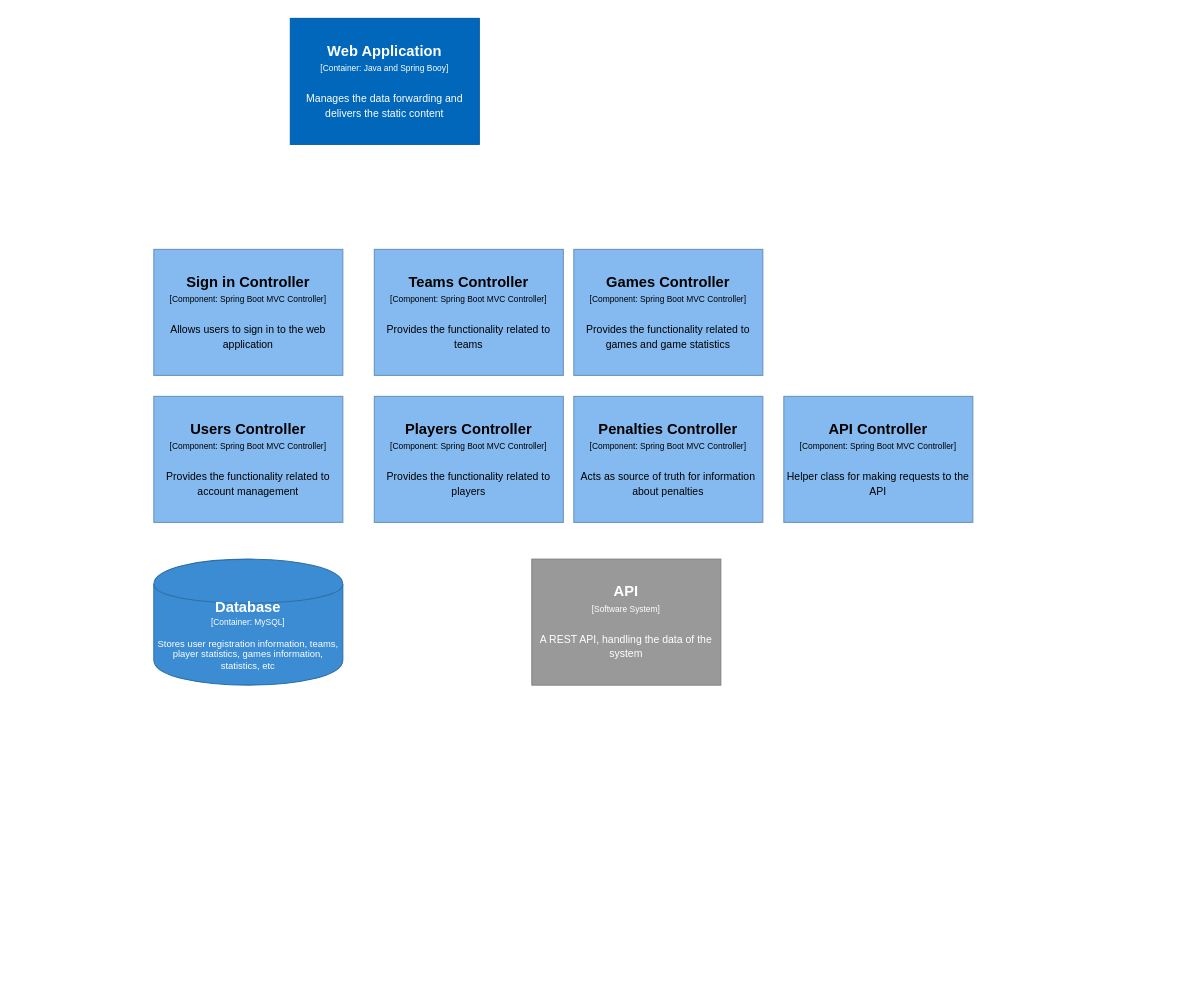
Earlier version of the draw.io diagram page "Page-4" (4 of 4) of Untitled Diagram.drawio (karinakozarova/Sticks-n-pucks-C4). Source tidied: cells renumbered, new cells numbered last; positions are measured from the earlier drawing's top-left corner, leaving out a move shared by most shapes. Both pictures are drawn from the tidied source at 105%, with x=0, y=0 at pixel (153, 18).
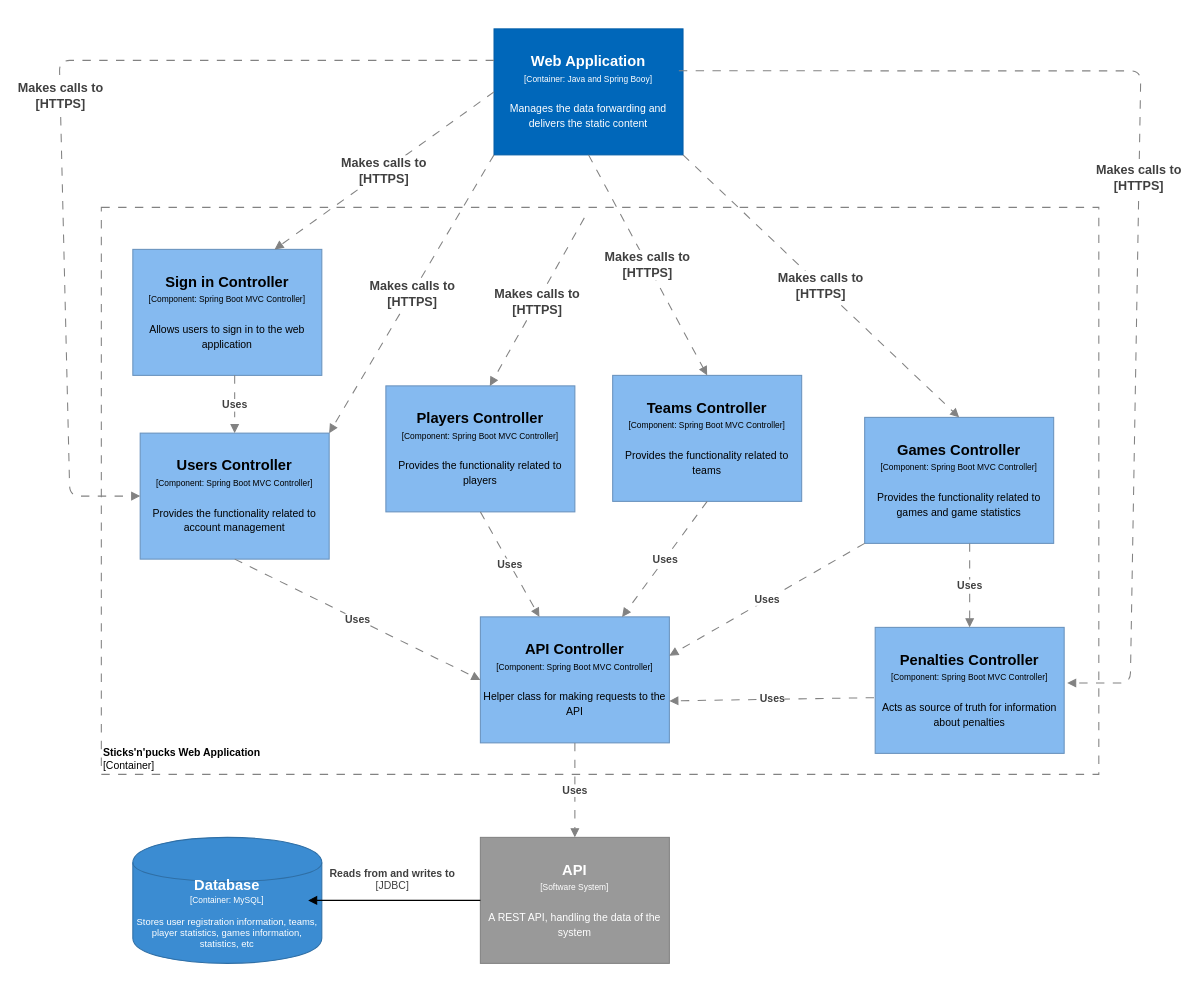
Above is the later version.

Commit message:
Added third layer

Diff of the diagram source:
```diff
@@
     <mxCell id="2" value="&lt;div style=&quot;color: rgb(255 , 255 , 255) ; white-space: normal&quot;&gt;&lt;span style=&quot;font-size: 14px&quot;&gt;&lt;b&gt;Database&lt;/b&gt;&lt;/span&gt;&lt;/div&gt;&lt;div style=&quot;color: rgb(255 , 255 , 255) ; white-space: normal&quot;&gt;&lt;span style=&quot;font-size: 8px&quot;&gt;[Container: MySQL]&lt;/span&gt;&lt;br&gt;&lt;/div&gt;&lt;div style=&quot;color: rgb(255 , 255 , 255) ; white-space: normal ; font-size: 8px&quot;&gt;&lt;font style=&quot;line-height: 9.6px&quot;&gt;&lt;br&gt;&lt;/font&gt;&lt;/div&gt;&lt;div style=&quot;color: rgb(255 , 255 , 255) ; white-space: normal&quot;&gt;Stores user registration information, teams, player statistics, games information, statistics, etc&lt;/div&gt;&lt;div style=&quot;color: rgb(255 , 255 , 255) ; white-space: normal&quot;&gt;&lt;br&gt;&lt;/div&gt;" style="shape=cylinder;whiteSpace=wrap;html=1;boundedLbl=1;backgroundOutline=1;strokeColor=#2F6FA6;strokeWidth=1;fillColor=#3B8CD2;fontSize=9;fontColor=#000000;align=center;" parent="1" vertex="1">
-      <mxGeometry y="515" width="180" height="120" as="geometry" />
+      <mxGeometry x="-20" y="780" width="180" height="120" as="geometry" />
     </mxCell>
     <mxCell id="3" value="&lt;div&gt;&lt;span style=&quot;font-size: 14px&quot;&gt;&lt;b&gt;API&lt;/b&gt;&lt;/span&gt;&lt;/div&gt;&lt;div&gt;&lt;span style=&quot;font-size: 8px&quot;&gt;[Software System&lt;/span&gt;&lt;span style=&quot;font-size: 8px&quot;&gt;]&lt;/span&gt;&lt;br&gt;&lt;/div&gt;&lt;div&gt;&lt;span style=&quot;font-size: 8px&quot;&gt;&lt;br&gt;&lt;/span&gt;&lt;/div&gt;&lt;div&gt;&lt;font size=&quot;1&quot;&gt;A REST API, handling the data of the system&lt;/font&gt;&lt;/div&gt;" style="rounded=0;whiteSpace=wrap;html=1;fillColor=#999999;fontColor=#FFFFFF;strokeColor=#828282;" parent="1" vertex="1">
-      <mxGeometry x="360" y="515" width="180" height="120" as="geometry" />
+      <mxGeometry x="311" y="780" width="180" height="120" as="geometry" />
     </mxCell>
     <mxCell id="4" value="&lt;div&gt;&lt;span style=&quot;font-size: 14px&quot;&gt;&lt;b&gt;Web Application&lt;/b&gt;&lt;/span&gt;&lt;/div&gt;&lt;div&gt;&lt;span style=&quot;font-size: 8px&quot;&gt;[Container: Java and Spring Booy]&lt;/span&gt;&lt;br&gt;&lt;/div&gt;&lt;div&gt;&lt;span style=&quot;font-size: 8px&quot;&gt;&lt;br&gt;&lt;/span&gt;&lt;/div&gt;&lt;div&gt;&lt;font size=&quot;1&quot;&gt;Manages the data forwarding and delivers the static content&lt;/font&gt;&lt;/div&gt;" style="rounded=0;whiteSpace=wrap;html=1;fillColor=#0067BA;fontColor=#FFFFFF;strokeColor=#005DA8;" parent="1" vertex="1">
-      <mxGeometry x="130" width="180" height="120" as="geometry" />
+      <mxGeometry x="324" y="10" width="180" height="120" as="geometry" />
     </mxCell>
     <mxCell id="5" value="&lt;div&gt;&lt;span style=&quot;font-size: 14px&quot;&gt;&lt;b&gt;Sign in Controller&lt;/b&gt;&lt;/span&gt;&lt;/div&gt;&lt;div&gt;&lt;span style=&quot;font-size: 8px&quot;&gt;[Component: Spring Boot MVC Controller]&lt;/span&gt;&lt;/div&gt;&lt;div&gt;&lt;span style=&quot;font-size: 8px&quot;&gt;&lt;br&gt;&lt;/span&gt;&lt;/div&gt;&lt;div&gt;&lt;font size=&quot;1&quot;&gt;Allows users to sign in to the web application&lt;/font&gt;&lt;/div&gt;" style="rounded=0;whiteSpace=wrap;html=1;fillColor=#85baf0;fontColor=#000000;strokeColor=#6992BD;" parent="1" vertex="1">
-      <mxGeometry y="220" width="180" height="120" as="geometry" />
+      <mxGeometry x="-20" y="220" width="180" height="120" as="geometry" />
     </mxCell>
     <mxCell id="6" value="&lt;div&gt;&lt;span style=&quot;font-size: 14px&quot;&gt;&lt;b&gt;Teams Controller&lt;/b&gt;&lt;/span&gt;&lt;/div&gt;&lt;div&gt;&lt;span style=&quot;font-size: 8px&quot;&gt;[Component: Spring Boot MVC Controller]&lt;/span&gt;&lt;/div&gt;&lt;div&gt;&lt;span style=&quot;font-size: 8px&quot;&gt;&lt;br&gt;&lt;/span&gt;&lt;/div&gt;&lt;div&gt;&lt;font size=&quot;1&quot;&gt;Provides the functionality related to teams&lt;/font&gt;&lt;/div&gt;" style="rounded=0;whiteSpace=wrap;html=1;fillColor=#85baf0;fontColor=#000000;strokeColor=#6992BD;" parent="1" vertex="1">
-      <mxGeometry x="210" y="220" width="180" height="120" as="geometry" />
+      <mxGeometry x="437" y="340" width="180" height="120" as="geometry" />
     </mxCell>
     <mxCell id="7" value="&lt;div&gt;&lt;span style=&quot;font-size: 14px&quot;&gt;&lt;b&gt;Games Controller&lt;/b&gt;&lt;/span&gt;&lt;/div&gt;&lt;div&gt;&lt;span style=&quot;font-size: 8px&quot;&gt;[Component: Spring Boot MVC Controller]&lt;/span&gt;&lt;/div&gt;&lt;div&gt;&lt;span style=&quot;font-size: 8px&quot;&gt;&lt;br&gt;&lt;/span&gt;&lt;/div&gt;&lt;div&gt;&lt;font size=&quot;1&quot;&gt;Provides the functionality related to games and game statistics&lt;/font&gt;&lt;/div&gt;" style="rounded=0;whiteSpace=wrap;html=1;fillColor=#85baf0;fontColor=#000000;strokeColor=#6992BD;" parent="1" vertex="1">
-      <mxGeometry x="400" y="220" width="180" height="120" as="geometry" />
+      <mxGeometry x="677" y="380" width="180" height="120" as="geometry" />
     </mxCell>
     <mxCell id="8" value="&lt;div&gt;&lt;span style=&quot;font-size: 14px&quot;&gt;&lt;b&gt;Players Controller&lt;/b&gt;&lt;/span&gt;&lt;/div&gt;&lt;div&gt;&lt;span style=&quot;font-size: 8px&quot;&gt;[Component: Spring Boot MVC Controller]&lt;/span&gt;&lt;/div&gt;&lt;div&gt;&lt;span style=&quot;font-size: 8px&quot;&gt;&lt;br&gt;&lt;/span&gt;&lt;/div&gt;&lt;div&gt;&lt;font size=&quot;1&quot;&gt;Provides the functionality related to players&lt;/font&gt;&lt;/div&gt;" style="rounded=0;whiteSpace=wrap;html=1;fillColor=#85baf0;fontColor=#000000;strokeColor=#6992BD;" parent="1" vertex="1">
-      <mxGeometry x="210" y="360" width="180" height="120" as="geometry" />
+      <mxGeometry x="221" y="350" width="180" height="120" as="geometry" />
     </mxCell>
     <mxCell id="9" value="&lt;div&gt;&lt;span style=&quot;font-size: 14px&quot;&gt;&lt;b&gt;Penalties Controller&lt;/b&gt;&lt;/span&gt;&lt;/div&gt;&lt;div&gt;&lt;span style=&quot;font-size: 8px&quot;&gt;[Component: Spring Boot MVC Controller]&lt;/span&gt;&lt;/div&gt;&lt;div&gt;&lt;span style=&quot;font-size: 8px&quot;&gt;&lt;br&gt;&lt;/span&gt;&lt;/div&gt;&lt;div&gt;&lt;font size=&quot;1&quot;&gt;Acts as source of truth for information about penalties&lt;/font&gt;&lt;/div&gt;" style="rounded=0;whiteSpace=wrap;html=1;fillColor=#85baf0;fontColor=#000000;strokeColor=#6992BD;" parent="1" vertex="1">
-      <mxGeometry x="400" y="360" width="180" height="120" as="geometry" />
+      <mxGeometry x="687" y="580" width="180" height="120" as="geometry" />
     </mxCell>
     <mxCell id="10" value="&lt;div&gt;&lt;span style=&quot;font-size: 14px&quot;&gt;&lt;b&gt;Users Controller&lt;/b&gt;&lt;/span&gt;&lt;/div&gt;&lt;div&gt;&lt;span style=&quot;font-size: 8px&quot;&gt;[Component: Spring Boot MVC Controller]&lt;/span&gt;&lt;/div&gt;&lt;div&gt;&lt;span style=&quot;font-size: 8px&quot;&gt;&lt;br&gt;&lt;/span&gt;&lt;/div&gt;&lt;div&gt;&lt;font size=&quot;1&quot;&gt;Provides the functionality related to account management&lt;/font&gt;&lt;/div&gt;" style="rounded=0;whiteSpace=wrap;html=1;fillColor=#85baf0;fontColor=#000000;strokeColor=#6992BD;" parent="1" vertex="1">
-      <mxGeometry y="360" width="180" height="120" as="geometry" />
+      <mxGeometry x="-13" y="395" width="180" height="120" as="geometry" />
     </mxCell>
     <mxCell id="11" value="&lt;div&gt;&lt;span style=&quot;font-size: 14px&quot;&gt;&lt;b&gt;API Controller&lt;/b&gt;&lt;/span&gt;&lt;/div&gt;&lt;div&gt;&lt;span style=&quot;font-size: 8px&quot;&gt;[Component: Spring Boot MVC Controller]&lt;/span&gt;&lt;/div&gt;&lt;div&gt;&lt;span style=&quot;font-size: 8px&quot;&gt;&lt;br&gt;&lt;/span&gt;&lt;/div&gt;&lt;div&gt;&lt;font size=&quot;1&quot;&gt;Helper class for making requests to the API&lt;/font&gt;&lt;/div&gt;" style="rounded=0;whiteSpace=wrap;html=1;fillColor=#85baf0;fontColor=#000000;strokeColor=#6992BD;" parent="1" vertex="1">
-      <mxGeometry x="600" y="360" width="180" height="120" as="geometry" />
+      <mxGeometry x="311" y="570" width="180" height="120" as="geometry" />
     </mxCell>
+    <mxCell id="12" value="&lt;b&gt;Uses&lt;/b&gt;" style="endArrow=block;html=1;fontSize=10;fontColor=#404040;strokeWidth=1;endFill=1;dashed=1;dashPattern=8 8;strokeColor=#828282;elbow=vertical;exitX=0.5;exitY=1;exitDx=0;exitDy=0;entryX=0.5;entryY=0;entryDx=0;entryDy=0;" parent="1" edge="1" target="10">
+      <mxGeometry relative="1" as="geometry">
+        <mxPoint x="77" y="340" as="sourcePoint" />
+      </mxGeometry>
+    </mxCell>
+    <mxCell id="13" value="&lt;b&gt;Uses&lt;/b&gt;" style="endArrow=block;html=1;fontSize=10;fontColor=#404040;strokeWidth=1;endFill=1;dashed=1;dashPattern=8 8;strokeColor=#828282;elbow=vertical;entryX=0;entryY=0.5;entryDx=0;entryDy=0;exitX=0.5;exitY=1;exitDx=0;exitDy=0;" parent="1" edge="1" source="10" target="11">
+      <mxGeometry relative="1" as="geometry" />
+    </mxCell>
+    <mxCell id="14" value="&lt;b&gt;Uses&lt;/b&gt;" style="endArrow=block;html=1;fontSize=10;fontColor=#404040;strokeWidth=1;endFill=1;dashed=1;dashPattern=8 8;strokeColor=#828282;elbow=vertical;exitX=0.5;exitY=1;exitDx=0;exitDy=0;" parent="1" edge="1" source="8" target="11">
+      <mxGeometry relative="1" as="geometry" />
+    </mxCell>
+    <mxCell id="15" value="&lt;b&gt;Uses&lt;/b&gt;" style="endArrow=block;html=1;fontSize=10;fontColor=#404040;strokeWidth=1;endFill=1;dashed=1;dashPattern=8 8;strokeColor=#828282;elbow=vertical;exitX=0.5;exitY=1;exitDx=0;exitDy=0;entryX=0.75;entryY=0;entryDx=0;entryDy=0;" parent="1" edge="1" source="6" target="11">
+      <mxGeometry relative="1" as="geometry" />
+    </mxCell>
+    <mxCell id="16" value="&lt;b&gt;Uses&lt;/b&gt;" style="endArrow=block;html=1;fontSize=10;fontColor=#404040;strokeWidth=1;endFill=1;dashed=1;dashPattern=8 8;strokeColor=#828282;elbow=vertical;exitX=0;exitY=1;exitDx=0;exitDy=0;entryX=1;entryY=0.308;entryDx=0;entryDy=0;entryPerimeter=0;" parent="1" edge="1" source="7" target="11">
+      <mxGeometry relative="1" as="geometry" />
+    </mxCell>
+    <mxCell id="17" value="&lt;b&gt;Uses&lt;/b&gt;" style="endArrow=block;html=1;fontSize=10;fontColor=#404040;strokeWidth=1;endFill=1;dashed=1;dashPattern=8 8;strokeColor=#828282;elbow=vertical;entryX=0.5;entryY=0;entryDx=0;entryDy=0;" parent="1" edge="1" target="9">
+      <mxGeometry relative="1" as="geometry">
+        <mxPoint x="777" y="500" as="sourcePoint" />
+      </mxGeometry>
+    </mxCell>
+    <mxCell id="18" value="&lt;b&gt;Uses&lt;/b&gt;" style="endArrow=block;html=1;fontSize=10;fontColor=#404040;strokeWidth=1;endFill=1;dashed=1;dashPattern=8 8;strokeColor=#828282;elbow=vertical;entryX=1;entryY=0.667;entryDx=0;entryDy=0;exitX=-0.006;exitY=0.558;exitDx=0;exitDy=0;exitPerimeter=0;entryPerimeter=0;" parent="1" edge="1" source="9" target="11">
+      <mxGeometry relative="1" as="geometry" />
+    </mxCell>
+    <mxCell id="19" value="&lt;b&gt;Uses&lt;/b&gt;" style="endArrow=block;html=1;fontSize=10;fontColor=#404040;strokeWidth=1;endFill=1;dashed=1;dashPattern=8 8;strokeColor=#828282;elbow=vertical;entryX=0.5;entryY=0;entryDx=0;entryDy=0;exitX=0.5;exitY=1;exitDx=0;exitDy=0;" parent="1" edge="1" source="11" target="3">
+      <mxGeometry relative="1" as="geometry" />
+    </mxCell>
+    <mxCell id="20" value="&lt;b&gt;Reads from and writes to&lt;br&gt;&lt;/b&gt;&lt;span style=&quot;font-size: 10px&quot;&gt;[JDBC]&lt;br&gt;&lt;/span&gt;" style="endArrow=block;html=1;fontSize=10;fontColor=#404040;strokeWidth=1;endFill=1;elbow=vertical;entryX=1;entryY=0.5;entryDx=0;entryDy=0;exitX=0;exitY=0.5;exitDx=0;exitDy=0;" parent="1" edge="1" source="3">
+      <mxGeometry x="0.02" y="-20" relative="1" as="geometry">
+        <mxPoint x="147" y="840" as="targetPoint" />
+      </mxGeometry>
+    </mxCell>
+    <mxCell id="21" value="&lt;b style=&quot;font-size: 12px&quot;&gt;Makes calls to&lt;br&gt;[HTTPS]&lt;/b&gt;" style="endArrow=block;html=1;fontSize=10;fontColor=#404040;strokeWidth=1;endFill=1;dashed=1;dashPattern=8 8;strokeColor=#828282;elbow=vertical;exitX=0.5;exitY=1;exitDx=0;exitDy=0;entryX=0.5;entryY=0;entryDx=0;entryDy=0;" parent="1" edge="1" source="4" target="6">
+      <mxGeometry relative="1" as="geometry" />
+    </mxCell>
+    <mxCell id="22" value="&lt;b style=&quot;font-size: 12px&quot;&gt;Makes calls to&lt;br&gt;[HTTPS]&lt;/b&gt;" style="endArrow=block;html=1;fontSize=10;fontColor=#404040;strokeWidth=1;endFill=1;dashed=1;dashPattern=8 8;strokeColor=#828282;elbow=vertical;entryX=0.55;entryY=0;entryDx=0;entryDy=0;entryPerimeter=0;" parent="1" edge="1" target="8">
+      <mxGeometry relative="1" as="geometry">
+        <mxPoint x="410" y="190" as="sourcePoint" />
+      </mxGeometry>
+    </mxCell>
+    <mxCell id="23" value="&lt;b style=&quot;font-size: 12px&quot;&gt;Makes calls to&lt;br&gt;[HTTPS]&lt;/b&gt;" style="endArrow=block;html=1;fontSize=10;fontColor=#404040;strokeWidth=1;endFill=1;dashed=1;dashPattern=8 8;strokeColor=#828282;elbow=vertical;exitX=1;exitY=1;exitDx=0;exitDy=0;entryX=0.5;entryY=0;entryDx=0;entryDy=0;" parent="1" edge="1" source="4" target="7">
+      <mxGeometry relative="1" as="geometry" />
+    </mxCell>
+    <mxCell id="24" value="&lt;b style=&quot;font-size: 12px&quot;&gt;Makes calls to&lt;br&gt;[HTTPS]&lt;/b&gt;" style="endArrow=block;html=1;fontSize=10;fontColor=#404040;strokeWidth=1;endFill=1;dashed=1;dashPattern=8 8;strokeColor=#828282;elbow=vertical;exitX=0;exitY=0.5;exitDx=0;exitDy=0;entryX=0.75;entryY=0;entryDx=0;entryDy=0;" parent="1" edge="1" source="4" target="5">
+      <mxGeometry relative="1" as="geometry" />
+    </mxCell>
+    <mxCell id="25" value="&lt;b style=&quot;font-size: 12px&quot;&gt;Makes calls to&lt;br&gt;[HTTPS]&lt;/b&gt;" style="endArrow=block;html=1;fontSize=10;fontColor=#404040;strokeWidth=1;endFill=1;dashed=1;dashPattern=8 8;strokeColor=#828282;elbow=vertical;exitX=0;exitY=1;exitDx=0;exitDy=0;entryX=1;entryY=0;entryDx=0;entryDy=0;" parent="1" edge="1" source="4" target="10">
+      <mxGeometry relative="1" as="geometry" />
+    </mxCell>
+    <mxCell id="26" value="&lt;b style=&quot;font-size: 12px&quot;&gt;Makes calls to&lt;br&gt;[HTTPS]&lt;/b&gt;" style="endArrow=block;html=1;fontSize=10;fontColor=#404040;strokeWidth=1;endFill=1;dashed=1;dashPattern=8 8;strokeColor=#828282;elbow=vertical;exitX=0.978;exitY=0.333;exitDx=0;exitDy=0;entryX=1.016;entryY=0.442;entryDx=0;entryDy=0;exitPerimeter=0;entryPerimeter=0;" parent="1" edge="1" source="4" target="9">
+      <mxGeometry relative="1" as="geometry">
+        <Array as="points">
+          <mxPoint x="940" y="50" />
+          <mxPoint x="930" y="633" />
+        </Array>
+      </mxGeometry>
+    </mxCell>
+    <mxCell id="27" value="&lt;b style=&quot;font-size: 12px&quot;&gt;Makes calls to&lt;br&gt;[HTTPS]&lt;/b&gt;" style="endArrow=block;html=1;fontSize=10;fontColor=#404040;strokeWidth=1;endFill=1;dashed=1;dashPattern=8 8;strokeColor=#828282;elbow=vertical;exitX=0;exitY=0.25;exitDx=0;exitDy=0;entryX=0;entryY=0.5;entryDx=0;entryDy=0;" parent="1" edge="1" source="4" target="10">
+      <mxGeometry relative="1" as="geometry">
+        <Array as="points">
+          <mxPoint x="-90" y="40" />
+          <mxPoint x="-80" y="455" />
+        </Array>
+      </mxGeometry>
+    </mxCell>
+    <mxCell id="28" value="&lt;font style=&quot;font-size: 10px&quot;&gt;&lt;b&gt;Sticks'n'pucks Web Application&lt;br&gt;&lt;/b&gt;[Container]&lt;/font&gt;" style="rounded=0;whiteSpace=wrap;html=1;strokeColor=#828282;fillColor=none;fontColor=#000000;align=left;labelPosition=center;verticalLabelPosition=middle;verticalAlign=bottom;dashed=1;strokeWidth=1;perimeterSpacing=0;spacing=2;spacingTop=0;fontSize=10;dashPattern=8 8;" parent="1" vertex="1">
+      <mxGeometry x="-50" y="180" width="950" height="540" as="geometry" />
+    </mxCell>
```
